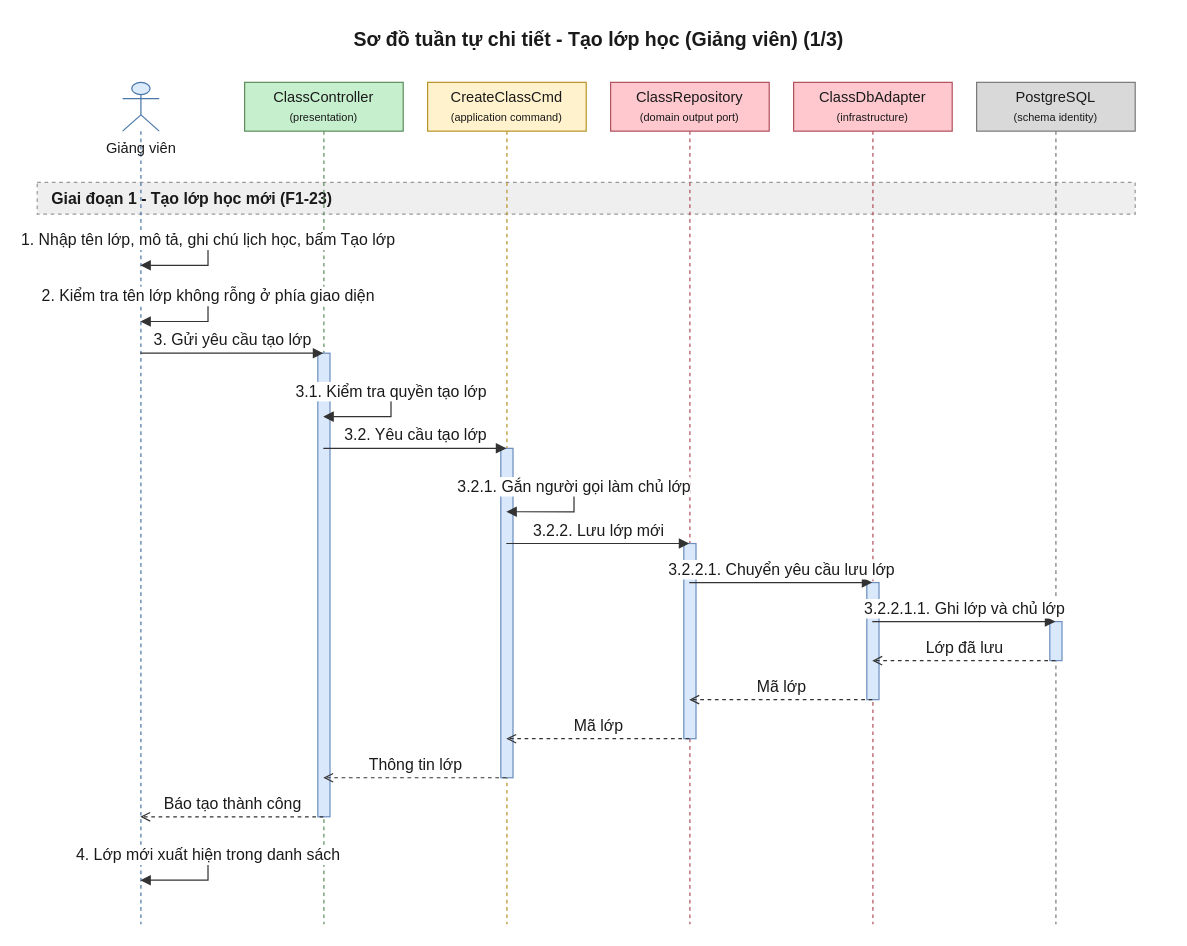
The draw.io diagram 08-diagram/sequence/gv/sequence_gv_tao_lop_va_ma_moi_p1.drawio in daiphu1801/PRJ_ALGOPREP, before the edit. Source tidied: cells renumbered, new cells numbered last; positions are measured from the earlier drawing's top-left corner, leaving out a move shared by most shapes. Both pictures are drawn from the tidied source at 122%, with x=0, y=0 at pixel (37, 21).
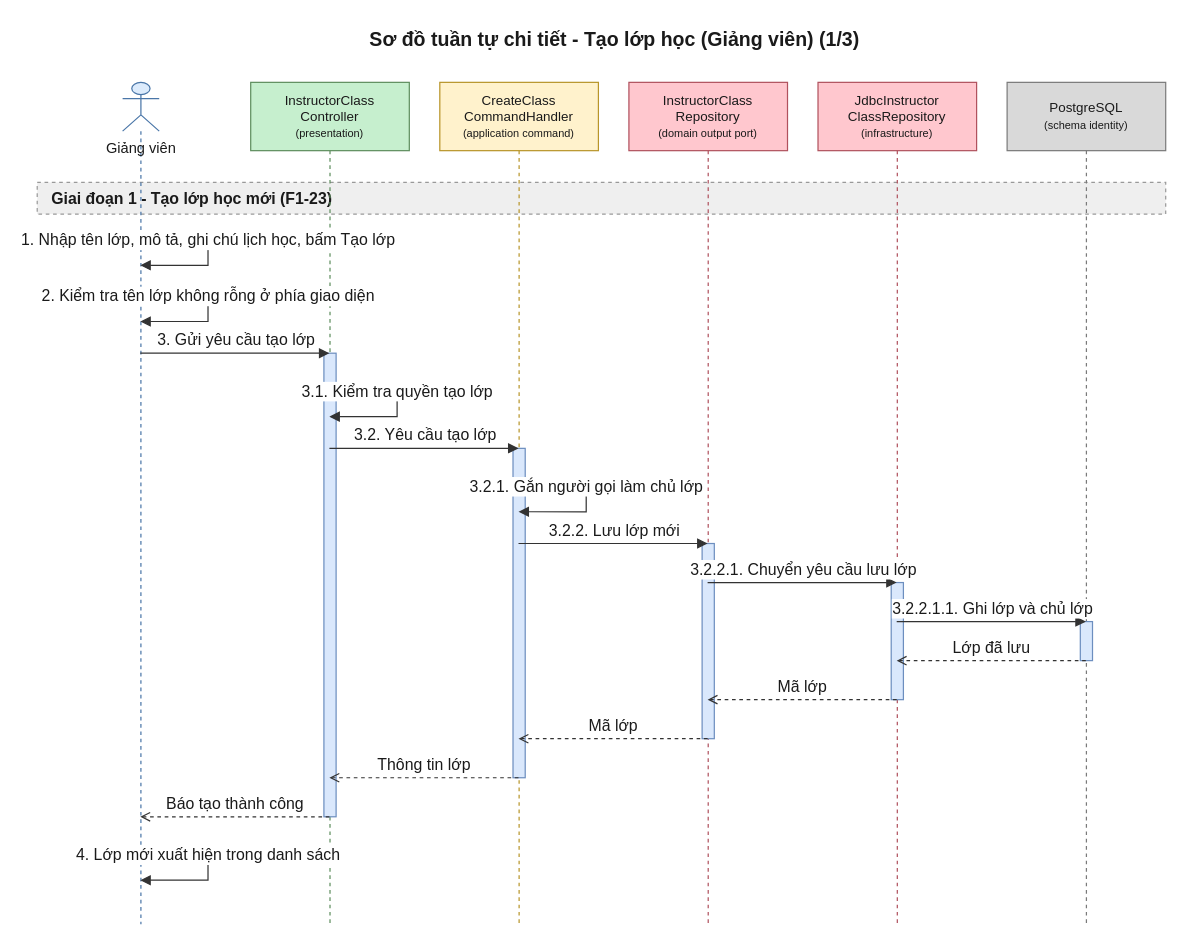
The same diagram, later.

The edit, as a diff of the source:
```diff
@@
     <mxCell id="2" value="Sơ đồ tuần tự chi tiết - Tạo lớp học (Giảng viên) (1/3)" style="text;html=1;fontSize=16;fontStyle=1;align=center;verticalAlign=middle;fontColor=#1A1A1A;" parent="1" vertex="1">
-      <mxGeometry x="20" width="880" height="30" as="geometry" />
+      <mxGeometry x="20" width="905" height="30" as="geometry" />
     </mxCell>
     <mxCell id="3" value="Giai đoạn 1 - Tạo lớp học mới (F1-23)" style="algoprep=phase;rounded=0;whiteSpace=wrap;html=1;fillColor=#EFEFEF;strokeColor=#999999;dashed=1;align=left;verticalAlign=middle;spacingLeft=10;fontColor=#1A1A1A;fontSize=13;fontStyle=1;" parent="1" vertex="1">
-      <mxGeometry y="132" width="900" height="26" as="geometry" />
+      <mxGeometry y="132" width="925" height="26" as="geometry" />
     </mxCell>
@@
-    <mxCell id="5" value="ClassController&lt;br&gt;&lt;font style=&quot;font-size:9px&quot;&gt;(presentation)&lt;/font&gt;" style="shape=umlLifeline;perimeter=lifelinePerimeter;whiteSpace=wrap;html=1;outlineConnect=0;size=40;fillColor=#C6EFCE;strokeColor=#5E8E5E;fontColor=#1A1A1A;" parent="1" vertex="1">
-      <mxGeometry x="170" y="50" width="130" height="690" as="geometry" />
+    <mxCell id="5" value="InstructorClass&lt;br&gt;Controller&lt;br&gt;&lt;font style=&quot;font-size:9px&quot;&gt;(presentation)&lt;/font&gt;" style="shape=umlLifeline;perimeter=lifelinePerimeter;whiteSpace=wrap;html=1;outlineConnect=0;size=56;fontSize=11;fillColor=#C6EFCE;strokeColor=#5E8E5E;fontColor=#1A1A1A;" parent="1" vertex="1">
+      <mxGeometry x="175" y="50" width="130" height="690" as="geometry" />
     </mxCell>
-    <mxCell id="6" value="CreateClassCmd&lt;br&gt;&lt;font style=&quot;font-size:9px&quot;&gt;(application command)&lt;/font&gt;" style="shape=umlLifeline;perimeter=lifelinePerimeter;whiteSpace=wrap;html=1;outlineConnect=0;size=40;fillColor=#FFF2CC;strokeColor=#B8952A;fontColor=#1A1A1A;" parent="1" vertex="1">
-      <mxGeometry x="320" y="50" width="130" height="690" as="geometry" />
+    <mxCell id="6" value="CreateClass&lt;br&gt;CommandHandler&lt;br&gt;&lt;font style=&quot;font-size:9px&quot;&gt;(application command)&lt;/font&gt;" style="shape=umlLifeline;perimeter=lifelinePerimeter;whiteSpace=wrap;html=1;outlineConnect=0;size=56;fontSize=11;fillColor=#FFF2CC;strokeColor=#B8952A;fontColor=#1A1A1A;" parent="1" vertex="1">
+      <mxGeometry x="330" y="50" width="130" height="690" as="geometry" />
     </mxCell>
-    <mxCell id="7" value="ClassRepository&lt;br&gt;&lt;font style=&quot;font-size:9px&quot;&gt;(domain output port)&lt;/font&gt;" style="shape=umlLifeline;perimeter=lifelinePerimeter;whiteSpace=wrap;html=1;outlineConnect=0;size=40;fillColor=#FFC7CE;strokeColor=#B0525E;fontColor=#1A1A1A;" parent="1" vertex="1">
-      <mxGeometry x="470" y="50" width="130" height="690" as="geometry" />
+    <mxCell id="7" value="InstructorClass&lt;br&gt;Repository&lt;br&gt;&lt;font style=&quot;font-size:9px&quot;&gt;(domain output port)&lt;/font&gt;" style="shape=umlLifeline;perimeter=lifelinePerimeter;whiteSpace=wrap;html=1;outlineConnect=0;size=56;fontSize=11;fillColor=#FFC7CE;strokeColor=#B0525E;fontColor=#1A1A1A;" parent="1" vertex="1">
+      <mxGeometry x="485" y="50" width="130" height="690" as="geometry" />
     </mxCell>
-    <mxCell id="8" value="ClassDbAdapter&lt;br&gt;&lt;font style=&quot;font-size:9px&quot;&gt;(infrastructure)&lt;/font&gt;" style="shape=umlLifeline;perimeter=lifelinePerimeter;whiteSpace=wrap;html=1;outlineConnect=0;size=40;fillColor=#FFC7CE;strokeColor=#B0525E;fontColor=#1A1A1A;" parent="1" vertex="1">
-      <mxGeometry x="620" y="50" width="130" height="690" as="geometry" />
+    <mxCell id="8" value="JdbcInstructor&lt;br&gt;ClassRepository&lt;br&gt;&lt;font style=&quot;font-size:9px&quot;&gt;(infrastructure)&lt;/font&gt;" style="shape=umlLifeline;perimeter=lifelinePerimeter;whiteSpace=wrap;html=1;outlineConnect=0;size=56;fontSize=11;fillColor=#FFC7CE;strokeColor=#B0525E;fontColor=#1A1A1A;" parent="1" vertex="1">
+      <mxGeometry x="640" y="50" width="130" height="690" as="geometry" />
     </mxCell>
-    <mxCell id="9" value="PostgreSQL&lt;br&gt;&lt;font style=&quot;font-size:9px&quot;&gt;(schema identity)&lt;/font&gt;" style="shape=umlLifeline;perimeter=lifelinePerimeter;whiteSpace=wrap;html=1;outlineConnect=0;size=40;fillColor=#D9D9D9;strokeColor=#7A7A7A;fontColor=#1A1A1A;" parent="1" vertex="1">
-      <mxGeometry x="770" y="50" width="130" height="690" as="geometry" />
+    <mxCell id="9" value="PostgreSQL&lt;br&gt;&lt;font style=&quot;font-size:9px&quot;&gt;(schema identity)&lt;/font&gt;" style="shape=umlLifeline;perimeter=lifelinePerimeter;whiteSpace=wrap;html=1;outlineConnect=0;size=56;fontSize=11;fillColor=#D9D9D9;strokeColor=#7A7A7A;fontColor=#1A1A1A;" parent="1" vertex="1">
+      <mxGeometry x="795" y="50" width="130" height="690" as="geometry" />
     </mxCell>
@@
     <mxCell id="18" value="3.1. Kiểm tra quyền tạo lớp" style="edgeStyle=orthogonalEdgeStyle;rounded=0;html=1;endArrow=block;endFill=1;strokeColor=#333333;fontColor=#1A1A1A;fontSize=13;verticalAlign=bottom;exitX=0.5;exitY=0.3681;exitDx=0;exitDy=0;entryX=0.5;entryY=0.3971;entryDx=0;entryDy=0;" parent="1" edge="1" source="5" target="5">
       <mxGeometry relative="1" as="geometry">
         <Array as="points">
-          <mxPoint x="290" y="304" />
-          <mxPoint x="290" y="324" />
+          <mxPoint x="295" y="304" />
+          <mxPoint x="295" y="324" />
         </Array>
       </mxGeometry>
     </mxCell>
@@
     <mxCell id="20" value="3.2.1. Gắn người gọi làm chủ lớp" style="edgeStyle=orthogonalEdgeStyle;rounded=0;html=1;endArrow=block;endFill=1;strokeColor=#333333;fontColor=#1A1A1A;fontSize=13;verticalAlign=bottom;exitX=0.5;exitY=0.4812;exitDx=0;exitDy=0;entryX=0.5;entryY=0.5101;entryDx=0;entryDy=0;" parent="1" edge="1" source="6" target="6">
       <mxGeometry relative="1" as="geometry">
         <Array as="points">
-          <mxPoint x="440" y="382" />
-          <mxPoint x="440" y="402" />
+          <mxPoint x="450" y="382" />
+          <mxPoint x="450" y="402" />
         </Array>
       </mxGeometry>
     </mxCell>
```
